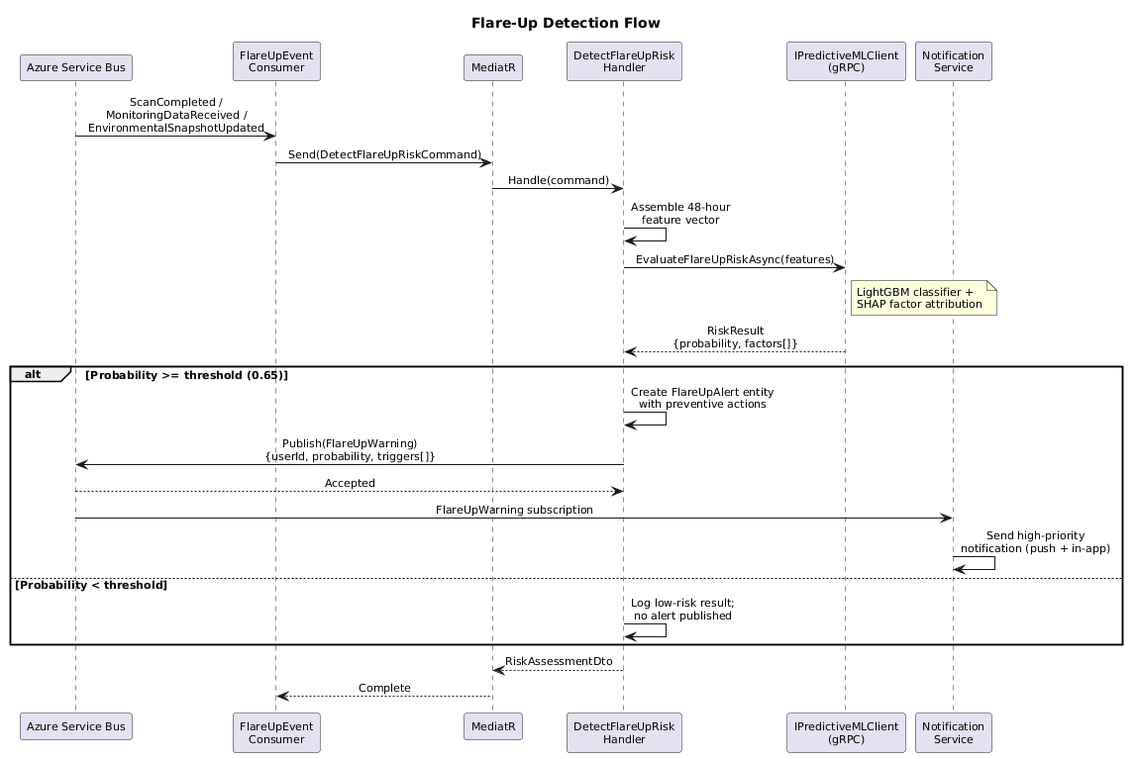
Earlier version of the PlantUML export docs/detailed-design/06-predictive-engine/seq-flare-up-detection.png (QuinntyneBrown/ClearEyeQ). The source it was exported from:
```plantuml
@startuml
skinparam defaultFontSize 11
skinparam sequenceMessageAlign center

title Flare-Up Detection Flow

participant "Azure Service Bus" as Bus
participant "FlareUpEvent\nConsumer" as Consumer
participant "MediatR" as MediatR
participant "DetectFlareUpRisk\nHandler" as Handler
participant "IPredictiveMLClient\n(gRPC)" as MLClient
participant "Notification\nService" as Notif

Bus -> Consumer : ScanCompleted /\nMonitoringDataReceived /\nEnvironmentalSnapshotUpdated
Consumer -> MediatR : Send(DetectFlareUpRiskCommand)
MediatR -> Handler : Handle(command)

Handler -> Handler : Assemble 48-hour\nfeature vector

Handler -> MLClient : EvaluateFlareUpRiskAsync(features)
note right of MLClient
  LightGBM classifier +
  SHAP factor attribution
end note
MLClient --> Handler : RiskResult\n{probability, factors[]}

alt Probability >= threshold (0.65)
    Handler -> Handler : Create FlareUpAlert entity\nwith preventive actions
    Handler -> Bus : Publish(FlareUpWarning)\n{userId, probability, triggers[]}
    Bus --> Handler : Accepted
    Bus -> Notif : FlareUpWarning subscription
    Notif -> Notif : Send high-priority\nnotification (push + in-app)
else Probability < threshold
    Handler -> Handler : Log low-risk result;\nno alert published
end

Handler --> MediatR : RiskAssessmentDto
MediatR --> Consumer : Complete
@enduml
```
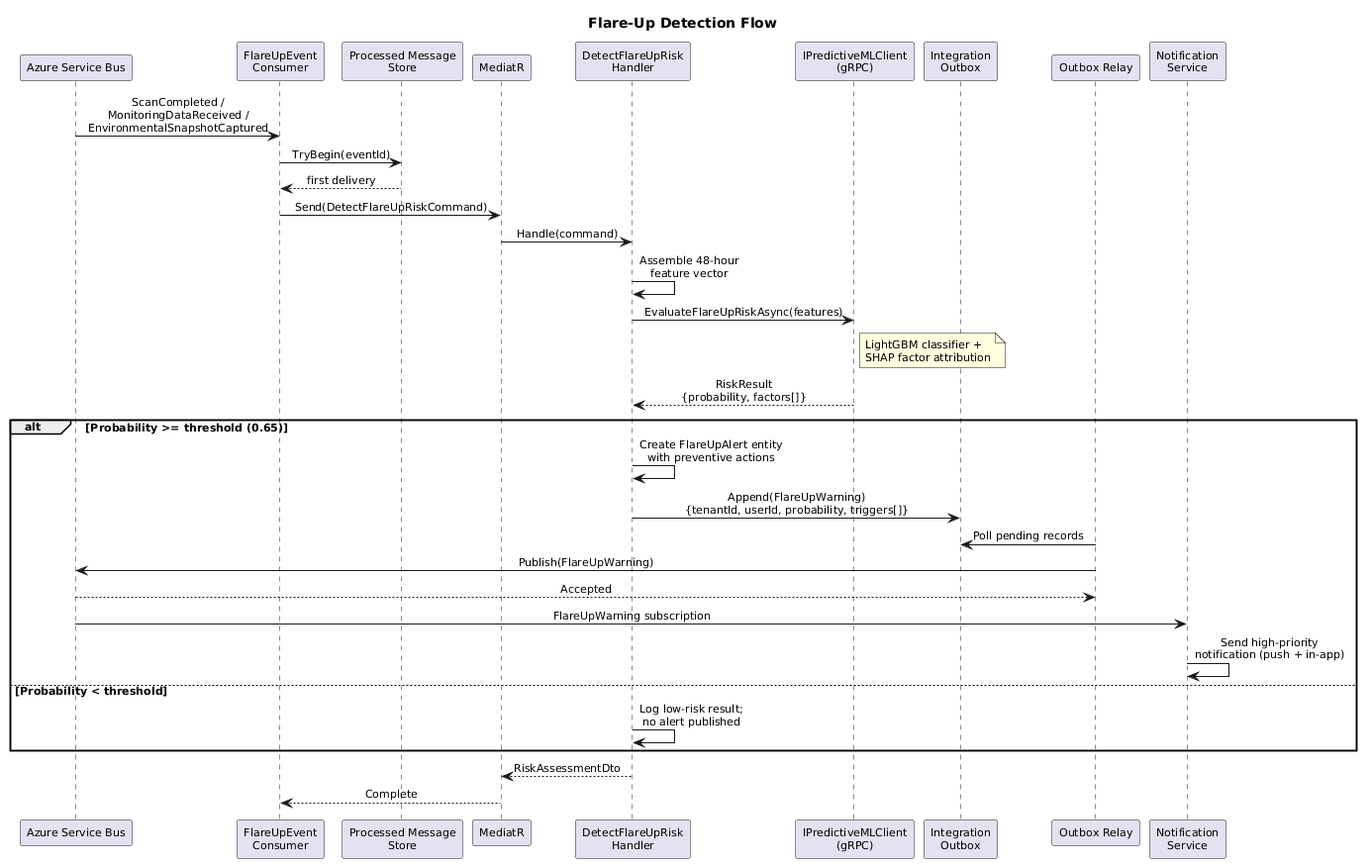
Later version of the same file.

The edit, as a diff of the source:
```diff
@@ -6,12 +6,17 @@
 
 participant "Azure Service Bus" as Bus
 participant "FlareUpEvent\nConsumer" as Consumer
+participant "Processed Message\nStore" as Inbox
 participant "MediatR" as MediatR
 participant "DetectFlareUpRisk\nHandler" as Handler
 participant "IPredictiveMLClient\n(gRPC)" as MLClient
+participant "Integration\nOutbox" as Outbox
+participant "Outbox Relay" as Relay
 participant "Notification\nService" as Notif
 
-Bus -> Consumer : ScanCompleted /\nMonitoringDataReceived /\nEnvironmentalSnapshotUpdated
+Bus -> Consumer : ScanCompleted /\nMonitoringDataReceived /\nEnvironmentalSnapshotCaptured
+Consumer -> Inbox : TryBegin(eventId)
+Inbox --> Consumer : first delivery
 Consumer -> MediatR : Send(DetectFlareUpRiskCommand)
 MediatR -> Handler : Handle(command)
 
@@ -26,8 +31,10 @@
 
 alt Probability >= threshold (0.65)
     Handler -> Handler : Create FlareUpAlert entity\nwith preventive actions
-    Handler -> Bus : Publish(FlareUpWarning)\n{userId, probability, triggers[]}
-    Bus --> Handler : Accepted
+    Handler -> Outbox : Append(FlareUpWarning)\n{tenantId, userId, probability, triggers[]}
+    Relay -> Outbox : Poll pending records
+    Relay -> Bus : Publish(FlareUpWarning)
+    Bus --> Relay : Accepted
     Bus -> Notif : FlareUpWarning subscription
     Notif -> Notif : Send high-priority\nnotification (push + in-app)
 else Probability < threshold
```
